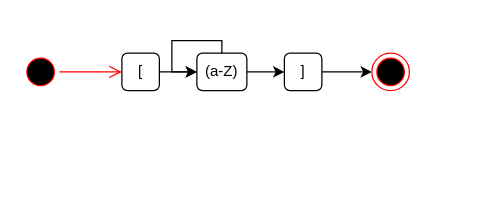
Above: page "ArgumentName" (2 of 4) of docs/Untitled Diagram.drawio in JPVenson/morestachio (draw.io), before the change. Source tidied: cells renumbered, new cells numbered last; positions are measured from the earlier drawing's top-left corner, leaving out a move shared by most shapes. Both pictures are drawn from the tidied source at 125%, with x=0, y=0 at pixel (21, 40).
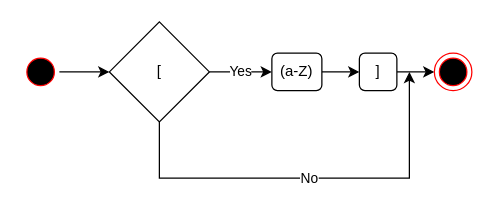
The same diagram, later.

The edit, as a diff of the source:
```diff
@@
 <mxGraphModel>
   <root>
     <mxCell id="0" />
     <mxCell id="1" parent="0" />
-    <mxCell id="2" style="edgeStyle=orthogonalEdgeStyle;rounded=0;jettySize=auto;html=1;entryX=0;entryY=0.5;entryDx=0;entryDy=0;" parent="1" edge="1" source="3" target="5">
-      <mxGeometry relative="1" as="geometry" />
-    </mxCell>
-    <mxCell id="3" value="[" style="rounded=1;whiteSpace=wrap;html=1;" parent="1" vertex="1">
-      <mxGeometry x="80" y="10" width="30" height="30" as="geometry" />
-    </mxCell>
     <mxCell id="4" style="edgeStyle=orthogonalEdgeStyle;rounded=0;jettySize=auto;html=1;entryX=0;entryY=0.5;entryDx=0;entryDy=0;" parent="1" edge="1" source="5" target="7">
       <mxGeometry relative="1" as="geometry" />
     </mxCell>
     <mxCell id="5" value="(a-Z)" style="rounded=1;whiteSpace=wrap;html=1;" parent="1" vertex="1">
-      <mxGeometry x="140" y="10" width="40" height="30" as="geometry" />
+      <mxGeometry x="200" y="10" width="40" height="30" as="geometry" />
     </mxCell>
     <mxCell id="6" style="edgeStyle=orthogonalEdgeStyle;rounded=0;jettySize=auto;html=1;entryX=0;entryY=0.5;entryDx=0;entryDy=0;" parent="1" edge="1" source="7" target="9">
       <mxGeometry relative="1" as="geometry" />
     </mxCell>
     <mxCell id="7" value="]" style="rounded=1;whiteSpace=wrap;html=1;" parent="1" vertex="1">
-      <mxGeometry x="210" y="10" width="30" height="30" as="geometry" />
+      <mxGeometry x="270" y="10" width="30" height="30" as="geometry" />
     </mxCell>
-    <mxCell id="8" style="edgeStyle=orthogonalEdgeStyle;rounded=0;orthogonalLoop=1;jettySize=auto;html=1;entryX=0;entryY=0.5;entryDx=0;entryDy=0;" parent="1" edge="1" source="5" target="5">
-      <mxGeometry relative="1" as="geometry">
-        <Array as="points">
-          <mxPoint x="160" />
-          <mxPoint x="120" />
-          <mxPoint x="120" y="25" />
-        </Array>
-      </mxGeometry>
-    </mxCell>
     <mxCell id="9" style="ellipse;html=1;shape=endState;fillColor=#000000;strokeColor=#ff0000;" parent="1" vertex="1">
-      <mxGeometry x="280" y="10" width="30" height="30" as="geometry" />
+      <mxGeometry x="330" y="10" width="30" height="30" as="geometry" />
     </mxCell>
+    <mxCell id="11" style="edgeStyle=orthogonalEdgeStyle;rounded=0;jettySize=auto;html=1;entryX=0;entryY=0.5;entryDx=0;entryDy=0;" parent="1" edge="1" source="10" target="3">
+      <mxGeometry relative="1" as="geometry" />
+    </mxCell>
     <mxCell id="10" style="ellipse;html=1;shape=startState;fillColor=#000000;strokeColor=#ff0000;" parent="1" vertex="1">
       <mxGeometry y="10" width="30" height="30" as="geometry" />
     </mxCell>
-    <mxCell id="11" style="edgeStyle=orthogonalEdgeStyle;html=1;verticalAlign=bottom;endArrow=open;endSize=8;strokeColor=#ff0000;entryX=0;entryY=0.5;entryDx=0;entryDy=0;" parent="1" edge="1" source="10" target="3">
-      <mxGeometry relative="1" as="geometry" />
-    </mxCell>
+    <mxCell id="2" value="Yes" style="edgeStyle=orthogonalEdgeStyle;rounded=0;jettySize=auto;html=1;entryX=0;entryY=0.5;entryDx=0;entryDy=0;" parent="1" edge="1" source="3" target="5">
+      <mxGeometry relative="1" as="geometry" />
+    </mxCell>
+    <mxCell id="12" value="No" style="edgeStyle=orthogonalEdgeStyle;rounded=0;jettySize=auto;html=1;" parent="1" edge="1" source="3">
+      <mxGeometry relative="1" as="geometry">
+        <mxPoint x="310" y="25" as="targetPoint" />
+        <Array as="points">
+          <mxPoint x="110" y="110" />
+          <mxPoint x="310" y="110" />
+        </Array>
+      </mxGeometry>
+    </mxCell>
+    <mxCell id="3" value="[" style="rhombus;whiteSpace=wrap;html=1;" parent="1" vertex="1">
+      <mxGeometry x="70" y="-15" width="80" height="80" as="geometry" />
+    </mxCell>
   </root>
 </mxGraphModel>
```
